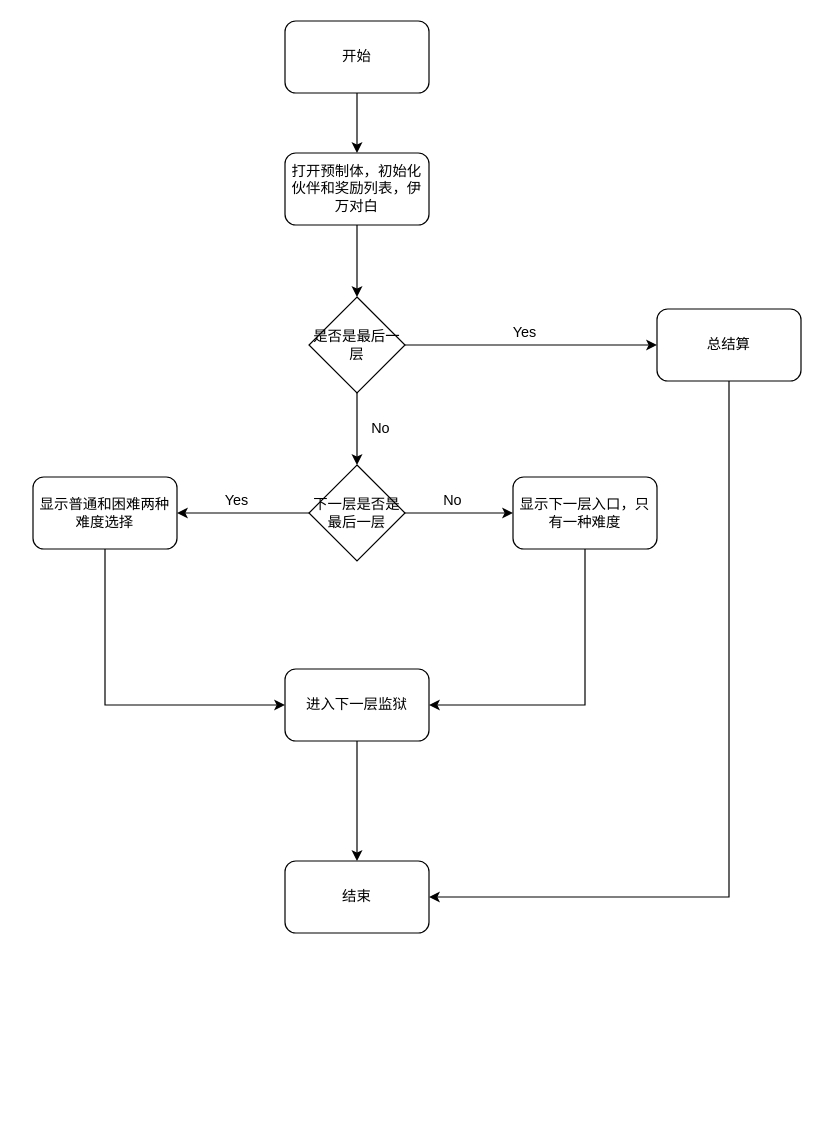
Before: ComPleteGame.drawio in PeterZHQ/StudyRoad, a draw.io diagram. Source tidied: cells renumbered, new cells numbered last; positions are measured from the earlier drawing's top-left corner, leaving out a move shared by most shapes. Both pictures are drawn from the tidied source at 120%, with x=0, y=0 at pixel (32, 20).
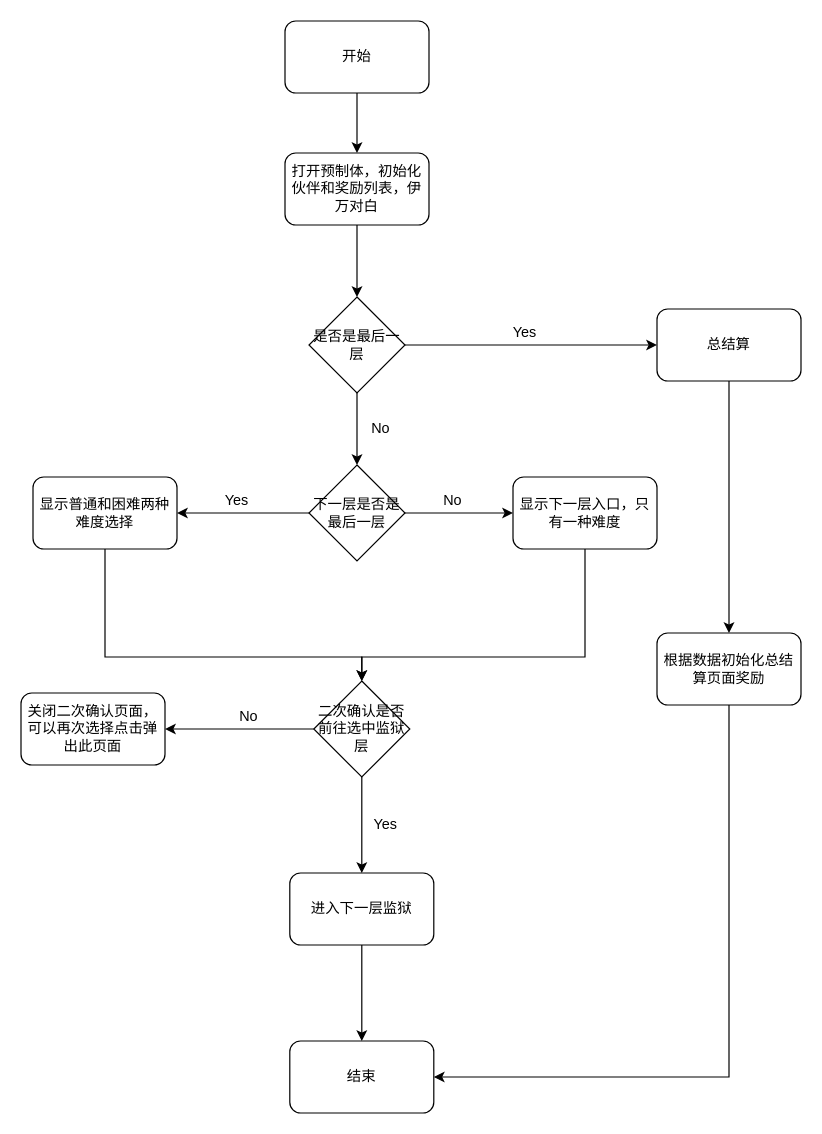
After the change.

Unchanged cells that the change refers to:
```xml
<mxCell id="10" value="显示普通和困难两种难度选择" style="rounded=1;whiteSpace=wrap;html=1;" parent="1" vertex="1">
  <mxGeometry y="380" width="120" height="60" as="geometry" />
</mxCell>
<mxCell id="13" value="显示下一层入口，只有一种难度" style="rounded=1;whiteSpace=wrap;html=1;" parent="1" vertex="1">
  <mxGeometry x="400" y="380" width="120" height="60" as="geometry" />
</mxCell>
<mxCell id="24" value="总结算" style="rounded=1;whiteSpace=wrap;html=1;" parent="1" vertex="1">
  <mxGeometry x="520" y="240" width="120" height="60" as="geometry" />
</mxCell>
```

Change to the diagram source:
```diff
@@
-    <mxCell id="9" style="edgeStyle=orthogonalEdgeStyle;rounded=0;jettySize=auto;html=1;entryX=0;entryY=0.5;entryDx=0;entryDy=0;" parent="1" edge="1" source="10" target="20">
-      <mxGeometry relative="1" as="geometry">
-        <Array as="points">
-          <mxPoint x="60" y="570" />
-        </Array>
-      </mxGeometry>
-    </mxCell>
+    <mxCell id="25" style="edgeStyle=orthogonalEdgeStyle;rounded=0;jettySize=auto;html=1;entryX=0.5;entryY=0;entryDx=0;entryDy=0;" parent="1" edge="1" source="10" target="30">
+      <mxGeometry relative="1" as="geometry">
+        <Array as="points">
+          <mxPoint x="60" y="530" />
+        </Array>
+      </mxGeometry>
+    </mxCell>
@@
-    <mxCell id="12" style="edgeStyle=orthogonalEdgeStyle;rounded=0;jettySize=auto;html=1;entryX=1;entryY=0.5;entryDx=0;entryDy=0;" parent="1" edge="1" source="13" target="20">
-      <mxGeometry relative="1" as="geometry">
-        <Array as="points">
-          <mxPoint x="460" y="570" />
-        </Array>
-      </mxGeometry>
-    </mxCell>
+    <mxCell id="26" style="edgeStyle=orthogonalEdgeStyle;rounded=0;jettySize=auto;html=1;entryX=0.5;entryY=0;entryDx=0;entryDy=0;" parent="1" edge="1" source="13" target="30">
+      <mxGeometry relative="1" as="geometry">
+        <Array as="points">
+          <mxPoint x="460" y="530" />
+        </Array>
+      </mxGeometry>
+    </mxCell>
@@
     <mxCell id="20" value="进入下一层监狱" style="rounded=1;whiteSpace=wrap;html=1;" parent="1" vertex="1">
-      <mxGeometry x="210" y="540" width="120" height="60" as="geometry" />
+      <mxGeometry x="214" y="710" width="120" height="60" as="geometry" />
     </mxCell>
@@
     <mxCell id="22" value="结束" style="rounded=1;whiteSpace=wrap;html=1;" parent="1" vertex="1">
-      <mxGeometry x="210" y="700" width="120" height="60" as="geometry" />
+      <mxGeometry x="214" y="850" width="120" height="60" as="geometry" />
     </mxCell>
-    <mxCell id="23" style="edgeStyle=orthogonalEdgeStyle;rounded=0;jettySize=auto;html=1;entryX=1;entryY=0.5;entryDx=0;entryDy=0;" parent="1" edge="1" source="24" target="22">
-      <mxGeometry relative="1" as="geometry">
-        <Array as="points">
-          <mxPoint x="580" y="730" />
-        </Array>
-      </mxGeometry>
-    </mxCell>
+    <mxCell id="27" style="edgeStyle=orthogonalEdgeStyle;rounded=0;jettySize=auto;html=1;" parent="1" edge="1" source="24" target="35">
+      <mxGeometry relative="1" as="geometry" />
+    </mxCell>
@@
+    <mxCell id="28" style="edgeStyle=orthogonalEdgeStyle;rounded=0;jettySize=auto;html=1;" parent="1" edge="1" source="30" target="20">
+      <mxGeometry relative="1" as="geometry" />
+    </mxCell>
+    <mxCell id="29" style="edgeStyle=orthogonalEdgeStyle;rounded=0;jettySize=auto;html=1;entryX=1;entryY=0.5;entryDx=0;entryDy=0;" parent="1" edge="1" source="30" target="32">
+      <mxGeometry relative="1" as="geometry" />
+    </mxCell>
+    <mxCell id="30" value="二次确认是否前往选中监狱层" style="rhombus;whiteSpace=wrap;html=1;" parent="1" vertex="1">
+      <mxGeometry x="234" y="550" width="80" height="80" as="geometry" />
+    </mxCell>
+    <mxCell id="31" value="Yes" style="text;html=1;strokeColor=none;fillColor=none;align=center;verticalAlign=middle;whiteSpace=wrap;rounded=0;" parent="1" vertex="1">
+      <mxGeometry x="274" y="660" width="40" height="20" as="geometry" />
+    </mxCell>
+    <mxCell id="32" value="关闭二次确认页面，可以再次选择点击弹出此页面" style="rounded=1;whiteSpace=wrap;html=1;" parent="1" vertex="1">
+      <mxGeometry x="-10" y="560" width="120" height="60" as="geometry" />
+    </mxCell>
+    <mxCell id="33" value="No" style="text;html=1;strokeColor=none;fillColor=none;align=center;verticalAlign=middle;whiteSpace=wrap;rounded=0;" parent="1" vertex="1">
+      <mxGeometry x="160" y="570" width="40" height="20" as="geometry" />
+    </mxCell>
+    <mxCell id="34" style="edgeStyle=orthogonalEdgeStyle;rounded=0;jettySize=auto;html=1;entryX=1;entryY=0.5;entryDx=0;entryDy=0;" parent="1" edge="1" source="35" target="22">
+      <mxGeometry relative="1" as="geometry">
+        <Array as="points">
+          <mxPoint x="580" y="880" />
+        </Array>
+      </mxGeometry>
+    </mxCell>
+    <mxCell id="35" value="根据数据初始化总结算页面奖励" style="rounded=1;whiteSpace=wrap;html=1;" parent="1" vertex="1">
+      <mxGeometry x="520" y="510" width="120" height="60" as="geometry" />
+    </mxCell>
```
